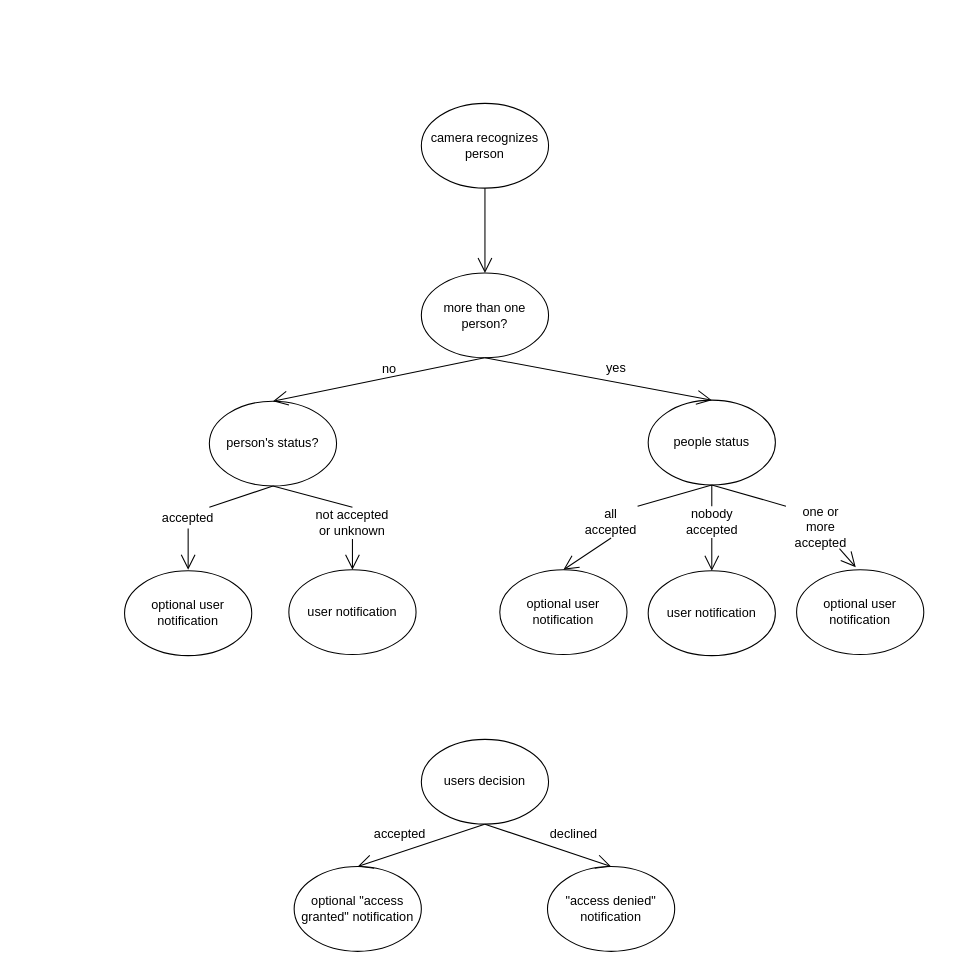
This is GuestVisitsActivityDiagram.drawio from mymanu/Camera-Observation-Tool-Documentation, a draw.io file, before an edit. Source tidied: cells renumbered, new cells numbered last; positions are measured from the earlier drawing's top-left corner, leaving out a move shared by most shapes. Both pictures are drawn from the tidied source at 106%, with x=0, y=0 at pixel (124, 103).
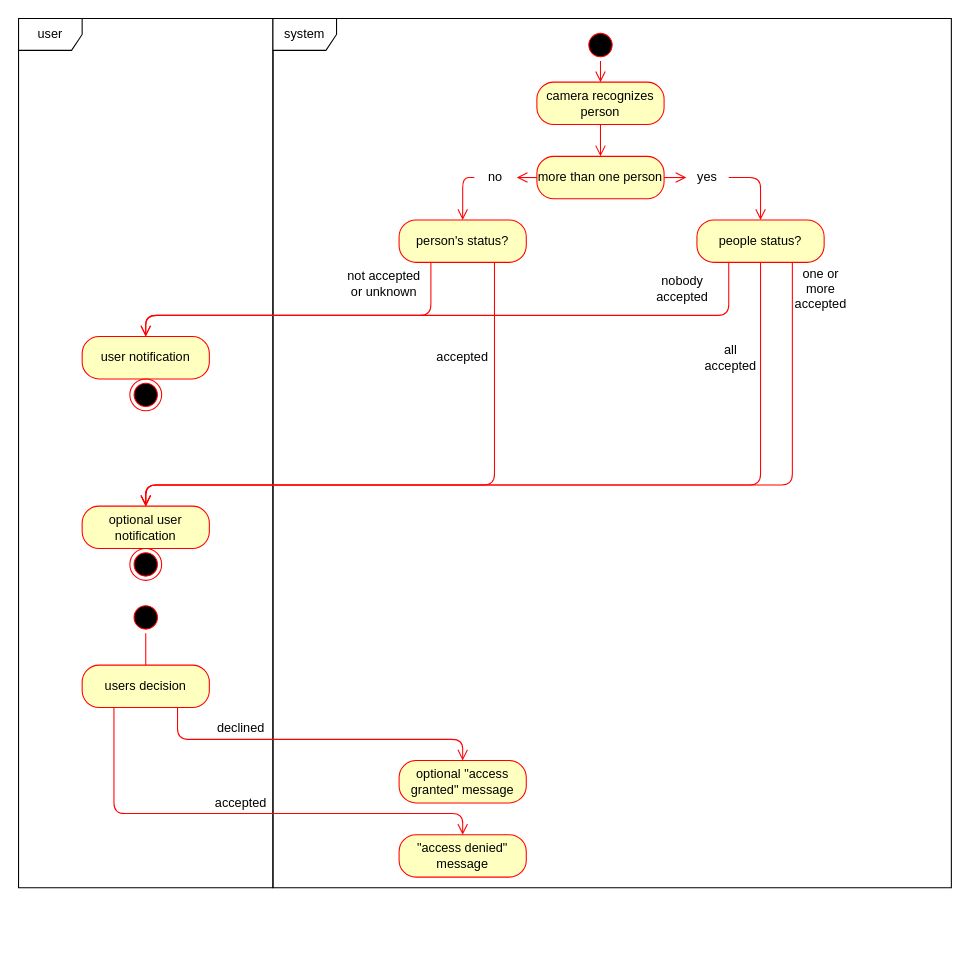
The same diagram, later.

What changed in the source:
```diff
@@
+    <mxCell id="38" value="user" style="shape=umlFrame;whiteSpace=wrap;html=1;" parent="1" vertex="1">
+      <mxGeometry x="-100" y="-80" width="240" height="820" as="geometry" />
+    </mxCell>
+    <mxCell id="39" value="system" style="shape=umlFrame;whiteSpace=wrap;html=1;" parent="1" vertex="1">
+      <mxGeometry x="140" y="-80" width="640" height="820" as="geometry" />
+    </mxCell>
+    <mxCell id="5" value="no" style="text;html=1;strokeColor=none;fillColor=none;align=center;verticalAlign=middle;whiteSpace=wrap;rounded=0;" parent="1" vertex="1">
+      <mxGeometry x="330" y="60" width="40" height="20" as="geometry" />
+    </mxCell>
+    <mxCell id="13" value="yes" style="text;html=1;strokeColor=none;fillColor=none;align=center;verticalAlign=middle;whiteSpace=wrap;rounded=0;" parent="1" vertex="1">
+      <mxGeometry x="530" y="60" width="40" height="20" as="geometry" />
+    </mxCell>
-    <mxCell id="2" value="camera recognizes person" style="ellipse;whiteSpace=wrap;html=1;" parent="1" vertex="1">
-      <mxGeometry x="280" width="120" height="80" as="geometry" />
+    <mxCell id="2" value="camera recognizes person" style="rounded=1;whiteSpace=wrap;html=1;arcSize=40;fontColor=#000000;fillColor=#ffffc0;strokeColor=#ff0000;" parent="1" vertex="1">
+      <mxGeometry x="389" y="-20" width="120" height="40" as="geometry" />
     </mxCell>
-    <mxCell id="3" value="more than one person?" style="ellipse;whiteSpace=wrap;html=1;" parent="1" vertex="1">
-      <mxGeometry x="280" y="160" width="120" height="80" as="geometry" />
-    </mxCell>
+    <mxCell id="40" style="edgeStyle=orthogonalEdgeStyle;html=1;verticalAlign=bottom;endArrow=open;endSize=8;strokeColor=#ff0000;exitX=0.5;exitY=1;exitDx=0;exitDy=0;entryX=0.5;entryY=0;entryDx=0;entryDy=0;" parent="1" edge="1" source="2" target="41">
+      <mxGeometry relative="1" as="geometry">
+        <Array as="points">
+          <mxPoint x="449" y="40" />
+          <mxPoint x="449" y="40" />
+        </Array>
+      </mxGeometry>
+    </mxCell>
+    <mxCell id="41" value="more than one person" style="rounded=1;whiteSpace=wrap;html=1;arcSize=40;fontColor=#000000;fillColor=#ffffc0;strokeColor=#ff0000;" parent="1" vertex="1">
+      <mxGeometry x="389" y="50" width="120" height="40" as="geometry" />
+    </mxCell>
+    <mxCell id="42" style="edgeStyle=orthogonalEdgeStyle;html=1;verticalAlign=bottom;endArrow=open;endSize=8;strokeColor=#ff0000;entryX=0.5;entryY=0;entryDx=0;entryDy=0;exitX=0;exitY=0.5;exitDx=0;exitDy=0;" parent="1" edge="1" source="5" target="4">
+      <mxGeometry relative="1" as="geometry">
+        <Array as="points">
+          <mxPoint x="319" y="70" />
+        </Array>
+      </mxGeometry>
+    </mxCell>
-    <mxCell id="4" value="person's status?" style="ellipse;whiteSpace=wrap;html=1;" parent="1" vertex="1">
-      <mxGeometry x="80" y="281" width="120" height="80" as="geometry" />
+    <mxCell id="4" value="person's status?" style="rounded=1;whiteSpace=wrap;html=1;arcSize=40;fontColor=#000000;fillColor=#ffffc0;strokeColor=#ff0000;" parent="1" vertex="1">
+      <mxGeometry x="259" y="110" width="120" height="40" as="geometry" />
     </mxCell>
-    <mxCell id="5" value="no" style="text;html=1;strokeColor=none;fillColor=none;align=center;verticalAlign=middle;whiteSpace=wrap;rounded=0;" parent="1" vertex="1">
-      <mxGeometry x="230" y="241" width="40" height="20" as="geometry" />
-    </mxCell>
-    <mxCell id="6" value="user notification" style="ellipse;whiteSpace=wrap;html=1;" parent="1" vertex="1">
-      <mxGeometry x="155" y="440" width="120" height="80" as="geometry" />
-    </mxCell>
-    <mxCell id="7" value="optional user notification" style="ellipse;whiteSpace=wrap;html=1;" parent="1" vertex="1">
-      <mxGeometry y="441" width="120" height="80" as="geometry" />
-    </mxCell>
-    <mxCell id="8" value="accepted" style="text;html=1;strokeColor=none;fillColor=none;align=center;verticalAlign=middle;whiteSpace=wrap;rounded=0;" parent="1" vertex="1">
-      <mxGeometry x="40" y="381" width="40" height="20" as="geometry" />
-    </mxCell>
-    <mxCell id="9" value="not accepted&lt;br&gt;or unknown" style="text;html=1;strokeColor=none;fillColor=none;align=center;verticalAlign=middle;whiteSpace=wrap;rounded=0;" parent="1" vertex="1">
-      <mxGeometry x="170" y="381" width="90" height="30" as="geometry" />
-    </mxCell>
-    <mxCell id="10" style="endArrow=none;html=1;exitX=0.5;exitY=1;exitDx=0;exitDy=0;entryX=1;entryY=0;entryDx=0;entryDy=0;" parent="1" edge="1" source="4" target="8">
-      <mxGeometry relative="1" as="geometry" />
-    </mxCell>
-    <mxCell id="11" style="endArrow=none;html=1;entryX=0.5;entryY=1;entryDx=0;entryDy=0;exitX=0.5;exitY=0;exitDx=0;exitDy=0;" parent="1" edge="1" source="9" target="4">
-      <mxGeometry relative="1" as="geometry" />
-    </mxCell>
-    <mxCell id="12" value="people status" style="ellipse;whiteSpace=wrap;html=1;" parent="1" vertex="1">
-      <mxGeometry x="494" y="280" width="120" height="80" as="geometry" />
-    </mxCell>
-    <mxCell id="13" value="yes" style="text;html=1;strokeColor=none;fillColor=none;align=center;verticalAlign=middle;whiteSpace=wrap;rounded=0;" parent="1" vertex="1">
-      <mxGeometry x="444" y="240" width="40" height="20" as="geometry" />
-    </mxCell>
-    <mxCell id="14" value="optional user notification" style="ellipse;whiteSpace=wrap;html=1;direction=west;" parent="1" vertex="1">
-      <mxGeometry x="634" y="440" width="120" height="80" as="geometry" />
-    </mxCell>
-    <mxCell id="15" value="user notification" style="ellipse;whiteSpace=wrap;html=1;" parent="1" vertex="1">
-      <mxGeometry x="494" y="441" width="120" height="80" as="geometry" />
-    </mxCell>
-    <mxCell id="16" value="optional user notification" style="ellipse;whiteSpace=wrap;html=1;" parent="1" vertex="1">
-      <mxGeometry x="354" y="440" width="120" height="80" as="geometry" />
-    </mxCell>
-    <mxCell id="17" value="one or more accepted" style="text;html=1;strokeColor=none;fillColor=none;align=center;verticalAlign=middle;whiteSpace=wrap;rounded=0;" parent="1" vertex="1">
-      <mxGeometry x="624" y="380" width="66" height="40" as="geometry" />
-    </mxCell>
+    <mxCell id="43" style="edgeStyle=orthogonalEdgeStyle;html=1;verticalAlign=bottom;endArrow=open;endSize=8;strokeColor=#ff0000;exitX=0.25;exitY=1;exitDx=0;exitDy=0;entryX=0.5;entryY=0;entryDx=0;entryDy=0;" parent="1" edge="1" source="4" target="50">
+      <mxGeometry relative="1" as="geometry">
+        <Array as="points">
+          <mxPoint x="289" y="200" />
+          <mxPoint x="20" y="200" />
+        </Array>
+      </mxGeometry>
+    </mxCell>
+    <mxCell id="44" style="ellipse;html=1;shape=startState;fillColor=#000000;strokeColor=#ff0000;" parent="1" vertex="1">
+      <mxGeometry x="434" y="-70" width="30" height="30" as="geometry" />
+    </mxCell>
+    <mxCell id="45" style="edgeStyle=orthogonalEdgeStyle;html=1;verticalAlign=bottom;endArrow=open;endSize=8;strokeColor=#ff0000;entryX=0.5;entryY=0;entryDx=0;entryDy=0;" parent="1" edge="1" source="44" target="2">
+      <mxGeometry relative="1" as="geometry" />
+    </mxCell>
+    <mxCell id="46" value="people status?" style="rounded=1;whiteSpace=wrap;html=1;arcSize=40;fontColor=#000000;fillColor=#ffffc0;strokeColor=#ff0000;" parent="1" vertex="1">
+      <mxGeometry x="540" y="110" width="120" height="40" as="geometry" />
+    </mxCell>
+    <mxCell id="47" style="edgeStyle=orthogonalEdgeStyle;html=1;verticalAlign=bottom;endArrow=open;endSize=8;strokeColor=#ff0000;exitX=0;exitY=0.5;exitDx=0;exitDy=0;entryX=1;entryY=0.5;entryDx=0;entryDy=0;" parent="1" edge="1" source="41" target="5">
+      <mxGeometry relative="1" as="geometry">
+        <Array as="points">
+          <mxPoint x="370" y="70" />
+          <mxPoint x="370" y="70" />
+        </Array>
+      </mxGeometry>
+    </mxCell>
+    <mxCell id="48" style="edgeStyle=orthogonalEdgeStyle;html=1;verticalAlign=bottom;endArrow=open;endSize=8;strokeColor=#ff0000;exitX=1;exitY=0.5;exitDx=0;exitDy=0;" parent="1" edge="1" source="41">
+      <mxGeometry relative="1" as="geometry">
+        <mxPoint x="530" y="70" as="targetPoint" />
+      </mxGeometry>
+    </mxCell>
+    <mxCell id="49" style="edgeStyle=orthogonalEdgeStyle;html=1;verticalAlign=bottom;endArrow=open;endSize=8;strokeColor=#ff0000;exitX=1;exitY=0.5;exitDx=0;exitDy=0;entryX=0.5;entryY=0;entryDx=0;entryDy=0;" parent="1" edge="1" source="13" target="46">
+      <mxGeometry relative="1" as="geometry">
+        <Array as="points">
+          <mxPoint x="600" y="70" />
+        </Array>
+      </mxGeometry>
+    </mxCell>
+    <mxCell id="50" value="user notification" style="rounded=1;whiteSpace=wrap;html=1;arcSize=40;fontColor=#000000;fillColor=#ffffc0;strokeColor=#ff0000;" parent="1" vertex="1">
+      <mxGeometry x="-40" y="220" width="120" height="40" as="geometry" />
+    </mxCell>
+    <mxCell id="51" value="optional user notification" style="rounded=1;whiteSpace=wrap;html=1;arcSize=40;fontColor=#000000;fillColor=#ffffc0;strokeColor=#ff0000;" parent="1" vertex="1">
+      <mxGeometry x="-40" y="380" width="120" height="40" as="geometry" />
+    </mxCell>
+    <mxCell id="52" style="edgeStyle=orthogonalEdgeStyle;html=1;verticalAlign=bottom;endArrow=open;endSize=8;strokeColor=#ff0000;entryX=0.5;entryY=0;entryDx=0;entryDy=0;exitX=0.75;exitY=1;exitDx=0;exitDy=0;" parent="1" edge="1" source="4" target="51">
+      <mxGeometry relative="1" as="geometry">
+        <Array as="points">
+          <mxPoint x="349" y="360" />
+          <mxPoint x="20" y="360" />
+        </Array>
+      </mxGeometry>
+    </mxCell>
+    <mxCell id="53" style="edgeStyle=orthogonalEdgeStyle;html=1;verticalAlign=bottom;endArrow=open;endSize=8;strokeColor=#ff0000;exitX=0.25;exitY=1;exitDx=0;exitDy=0;" parent="1" edge="1" source="46">
+      <mxGeometry relative="1" as="geometry">
+        <mxPoint x="20" y="220" as="targetPoint" />
+        <Array as="points">
+          <mxPoint x="570" y="200" />
+          <mxPoint x="20" y="200" />
+        </Array>
+      </mxGeometry>
+    </mxCell>
+    <mxCell id="54" style="edgeStyle=orthogonalEdgeStyle;html=1;verticalAlign=bottom;endArrow=open;endSize=8;strokeColor=#ff0000;exitX=0.5;exitY=1;exitDx=0;exitDy=0;entryX=0.5;entryY=0;entryDx=0;entryDy=0;" parent="1" edge="1" source="46" target="51">
+      <mxGeometry relative="1" as="geometry">
+        <Array as="points">
+          <mxPoint x="600" y="360" />
+          <mxPoint x="20" y="360" />
+        </Array>
+      </mxGeometry>
+    </mxCell>
+    <mxCell id="55" style="edgeStyle=orthogonalEdgeStyle;html=1;verticalAlign=bottom;endArrow=open;endSize=8;strokeColor=#ff0000;exitX=0.75;exitY=1;exitDx=0;exitDy=0;" parent="1" edge="1" source="46">
+      <mxGeometry relative="1" as="geometry">
+        <mxPoint x="20" y="380" as="targetPoint" />
+        <Array as="points">
+          <mxPoint x="630" y="360" />
+          <mxPoint x="20" y="360" />
+        </Array>
+      </mxGeometry>
+    </mxCell>
     <mxCell id="18" value="all accepted" style="text;html=1;strokeColor=none;fillColor=none;align=center;verticalAlign=middle;whiteSpace=wrap;rounded=0;" parent="1" vertex="1">
-      <mxGeometry x="434" y="380" width="50" height="30" as="geometry" />
+      <mxGeometry x="546.5" y="225" width="50" height="30" as="geometry" />
     </mxCell>
     <mxCell id="19" value="nobody accepted" style="text;html=1;strokeColor=none;fillColor=none;align=center;verticalAlign=middle;whiteSpace=wrap;rounded=0;" parent="1" vertex="1">
-      <mxGeometry x="511.5" y="380" width="85" height="30" as="geometry" />
+      <mxGeometry x="484" y="160" width="85" height="30" as="geometry" />
     </mxCell>
-    <mxCell id="20" style="endArrow=none;html=1;exitX=0.5;exitY=1;exitDx=0;exitDy=0;entryX=1;entryY=0;entryDx=0;entryDy=0;" parent="1" edge="1" target="18">
-      <mxGeometry relative="1" as="geometry">
-        <mxPoint x="554" y="360" as="sourcePoint" />
-      </mxGeometry>
-    </mxCell>
-    <mxCell id="21" style="endArrow=none;html=1;entryX=0.5;entryY=1;entryDx=0;entryDy=0;exitX=0.5;exitY=0;exitDx=0;exitDy=0;" parent="1" edge="1" source="19">
-      <mxGeometry relative="1" as="geometry">
-        <mxPoint x="554" y="360" as="targetPoint" />
-      </mxGeometry>
-    </mxCell>
-    <mxCell id="22" style="endArrow=none;html=1;exitX=0;exitY=0;exitDx=0;exitDy=0;" parent="1" edge="1" source="17">
-      <mxGeometry relative="1" as="geometry">
-        <mxPoint x="554" y="360" as="targetPoint" />
-      </mxGeometry>
-    </mxCell>
+    <mxCell id="17" value="one or more accepted" style="text;html=1;strokeColor=none;fillColor=none;align=center;verticalAlign=middle;whiteSpace=wrap;rounded=0;" parent="1" vertex="1">
+      <mxGeometry x="624" y="155" width="66" height="40" as="geometry" />
+    </mxCell>
+    <mxCell id="56" value="accepted" style="text;html=1;strokeColor=none;fillColor=none;align=center;verticalAlign=middle;whiteSpace=wrap;rounded=0;" parent="1" vertex="1">
+      <mxGeometry x="299" y="230" width="40" height="20" as="geometry" />
+    </mxCell>
+    <mxCell id="9" value="not accepted&lt;br&gt;or unknown" style="text;html=1;strokeColor=none;fillColor=none;align=center;verticalAlign=middle;whiteSpace=wrap;rounded=0;" parent="1" vertex="1">
+      <mxGeometry x="200" y="155" width="90" height="30" as="geometry" />
+    </mxCell>
+    <mxCell id="57" style="ellipse;html=1;shape=endState;fillColor=#000000;strokeColor=#ff0000;" parent="1" vertex="1">
+      <mxGeometry x="5" y="260" width="30" height="30" as="geometry" />
+    </mxCell>
+    <mxCell id="58" style="ellipse;html=1;shape=endState;fillColor=#000000;strokeColor=#ff0000;" parent="1" vertex="1">
+      <mxGeometry x="5" y="420" width="30" height="30" as="geometry" />
+    </mxCell>
+    <mxCell id="59" style="ellipse;html=1;shape=startState;fillColor=#000000;strokeColor=#ff0000;" parent="1" vertex="1">
+      <mxGeometry x="5" y="470" width="30" height="30" as="geometry" />
+    </mxCell>
+    <mxCell id="60" style="edgeStyle=orthogonalEdgeStyle;html=1;verticalAlign=bottom;endArrow=open;endSize=8;strokeColor=#ff0000;" parent="1" edge="1" source="59">
+      <mxGeometry relative="1" as="geometry">
+        <mxPoint x="20" y="570" as="targetPoint" />
+        <Array as="points">
+          <mxPoint x="20" y="570" />
+          <mxPoint x="20" y="570" />
+        </Array>
+      </mxGeometry>
+    </mxCell>
-    <mxCell id="23" value="users decision" style="ellipse;whiteSpace=wrap;html=1;" parent="1" vertex="1">
-      <mxGeometry x="280" y="600" width="120" height="80" as="geometry" />
+    <mxCell id="23" value="users decision" style="rounded=1;whiteSpace=wrap;html=1;arcSize=40;fontColor=#000000;fillColor=#ffffc0;strokeColor=#ff0000;" parent="1" vertex="1">
+      <mxGeometry x="-40" y="530" width="120" height="40" as="geometry" />
     </mxCell>
-    <mxCell id="24" value="optional &quot;access granted&quot; notification" style="ellipse;whiteSpace=wrap;html=1;" parent="1" vertex="1">
-      <mxGeometry x="160" y="720" width="120" height="80" as="geometry" />
-    </mxCell>
-    <mxCell id="25" value="accepted" style="text;html=1;strokeColor=none;fillColor=none;align=center;verticalAlign=middle;whiteSpace=wrap;rounded=0;" parent="1" vertex="1">
-      <mxGeometry x="240" y="680" width="40" height="20" as="geometry" />
-    </mxCell>
-    <mxCell id="26" style="endArrow=open;endFill=1;endSize=12;html=1;exitX=0.5;exitY=1;exitDx=0;exitDy=0;entryX=0.5;entryY=0;entryDx=0;entryDy=0;" parent="1" edge="1" source="2" target="3">
-      <mxGeometry relative="1" as="geometry" />
-    </mxCell>
-    <mxCell id="27" style="endArrow=open;endFill=1;endSize=12;html=1;exitX=0.5;exitY=1;exitDx=0;exitDy=0;entryX=0.5;entryY=0;entryDx=0;entryDy=0;" parent="1" edge="1" target="4">
-      <mxGeometry relative="1" as="geometry">
-        <mxPoint x="339.7" y="240" as="sourcePoint" />
-      </mxGeometry>
-    </mxCell>
-    <mxCell id="28" style="endArrow=open;endFill=1;endSize=12;html=1;entryX=0.5;entryY=0;entryDx=0;entryDy=0;" parent="1" edge="1" target="12">
-      <mxGeometry relative="1" as="geometry">
-        <mxPoint x="340" y="240" as="sourcePoint" />
-      </mxGeometry>
-    </mxCell>
-    <mxCell id="29" style="endArrow=open;endFill=1;endSize=12;html=1;exitX=0.5;exitY=1;exitDx=0;exitDy=0;" parent="1" edge="1" source="8">
-      <mxGeometry relative="1" as="geometry">
-        <mxPoint x="60" y="440" as="targetPoint" />
-      </mxGeometry>
-    </mxCell>
-    <mxCell id="30" style="endArrow=open;endFill=1;endSize=12;html=1;exitX=0.5;exitY=1;exitDx=0;exitDy=0;entryX=0.5;entryY=0;entryDx=0;entryDy=0;" parent="1" edge="1" source="9" target="6">
-      <mxGeometry relative="1" as="geometry" />
-    </mxCell>
-    <mxCell id="31" style="endArrow=open;endFill=1;endSize=12;html=1;exitX=0.5;exitY=1;exitDx=0;exitDy=0;entryX=0.5;entryY=0;entryDx=0;entryDy=0;" parent="1" edge="1" source="18" target="16">
-      <mxGeometry relative="1" as="geometry" />
-    </mxCell>
-    <mxCell id="32" style="endArrow=open;endFill=1;endSize=12;html=1;exitX=0.5;exitY=1;exitDx=0;exitDy=0;entryX=0.5;entryY=0;entryDx=0;entryDy=0;" parent="1" edge="1" source="19" target="15">
-      <mxGeometry relative="1" as="geometry" />
-    </mxCell>
-    <mxCell id="33" style="endArrow=open;endFill=1;endSize=12;html=1;entryX=0.535;entryY=1.03;entryDx=0;entryDy=0;entryPerimeter=0;" parent="1" edge="1" source="17" target="14">
-      <mxGeometry relative="1" as="geometry" />
-    </mxCell>
-    <mxCell id="34" style="endArrow=open;endFill=1;endSize=12;html=1;exitX=0.5;exitY=1;exitDx=0;exitDy=0;entryX=0.5;entryY=0;entryDx=0;entryDy=0;" parent="1" edge="1" target="24">
-      <mxGeometry relative="1" as="geometry">
-        <mxPoint x="339.7" y="680" as="sourcePoint" />
-      </mxGeometry>
-    </mxCell>
-    <mxCell id="35" value="&quot;access denied&quot; notification" style="ellipse;whiteSpace=wrap;html=1;" parent="1" vertex="1">
-      <mxGeometry x="399" y="720" width="120" height="80" as="geometry" />
-    </mxCell>
-    <mxCell id="36" style="endArrow=open;endFill=1;endSize=12;html=1;exitX=0.5;exitY=1;exitDx=0;exitDy=0;entryX=0.5;entryY=0;entryDx=0;entryDy=0;" parent="1" edge="1" source="23" target="35">
-      <mxGeometry relative="1" as="geometry" />
-    </mxCell>
+    <mxCell id="61" style="edgeStyle=orthogonalEdgeStyle;html=1;verticalAlign=bottom;endArrow=open;endSize=8;strokeColor=#ff0000;exitX=0.25;exitY=1;exitDx=0;exitDy=0;" parent="1" edge="1" source="23" target="62">
+      <mxGeometry relative="1" as="geometry">
+        <Array as="points">
+          <mxPoint x="-10" y="670" />
+          <mxPoint x="319" y="670" />
+        </Array>
+      </mxGeometry>
+    </mxCell>
+    <mxCell id="62" value="&quot;access denied&quot; message" style="rounded=1;whiteSpace=wrap;html=1;arcSize=40;fontColor=#000000;fillColor=#ffffc0;strokeColor=#ff0000;" parent="1" vertex="1">
+      <mxGeometry x="259" y="690" width="120" height="40" as="geometry" />
+    </mxCell>
+    <mxCell id="63" style="edgeStyle=orthogonalEdgeStyle;html=1;verticalAlign=bottom;endArrow=open;endSize=8;strokeColor=#ff0000;exitX=0.75;exitY=1;exitDx=0;exitDy=0;entryX=0.5;entryY=0;entryDx=0;entryDy=0;" parent="1" edge="1" source="23" target="64">
+      <mxGeometry relative="1" as="geometry">
+        <Array as="points">
+          <mxPoint x="50" y="600" />
+          <mxPoint x="319" y="600" />
+        </Array>
+      </mxGeometry>
+    </mxCell>
+    <mxCell id="64" value="optional &quot;access granted&quot; message" style="rounded=1;whiteSpace=wrap;html=1;arcSize=40;fontColor=#000000;fillColor=#ffffc0;strokeColor=#ff0000;" parent="1" vertex="1">
+      <mxGeometry x="259" y="620" width="120" height="40" as="geometry" />
+    </mxCell>
+    <mxCell id="65" value="accepted" style="text;html=1;strokeColor=none;fillColor=none;align=center;verticalAlign=middle;whiteSpace=wrap;rounded=0;" parent="1" vertex="1">
+      <mxGeometry x="90" y="650" width="40" height="20" as="geometry" />
+    </mxCell>
     <mxCell id="37" value="declined" style="text;html=1;strokeColor=none;fillColor=none;align=center;verticalAlign=middle;whiteSpace=wrap;rounded=0;" parent="1" vertex="1">
-      <mxGeometry x="404" y="680" width="40" height="20" as="geometry" />
+      <mxGeometry x="90" y="580" width="40" height="20" as="geometry" />
     </mxCell>
```
